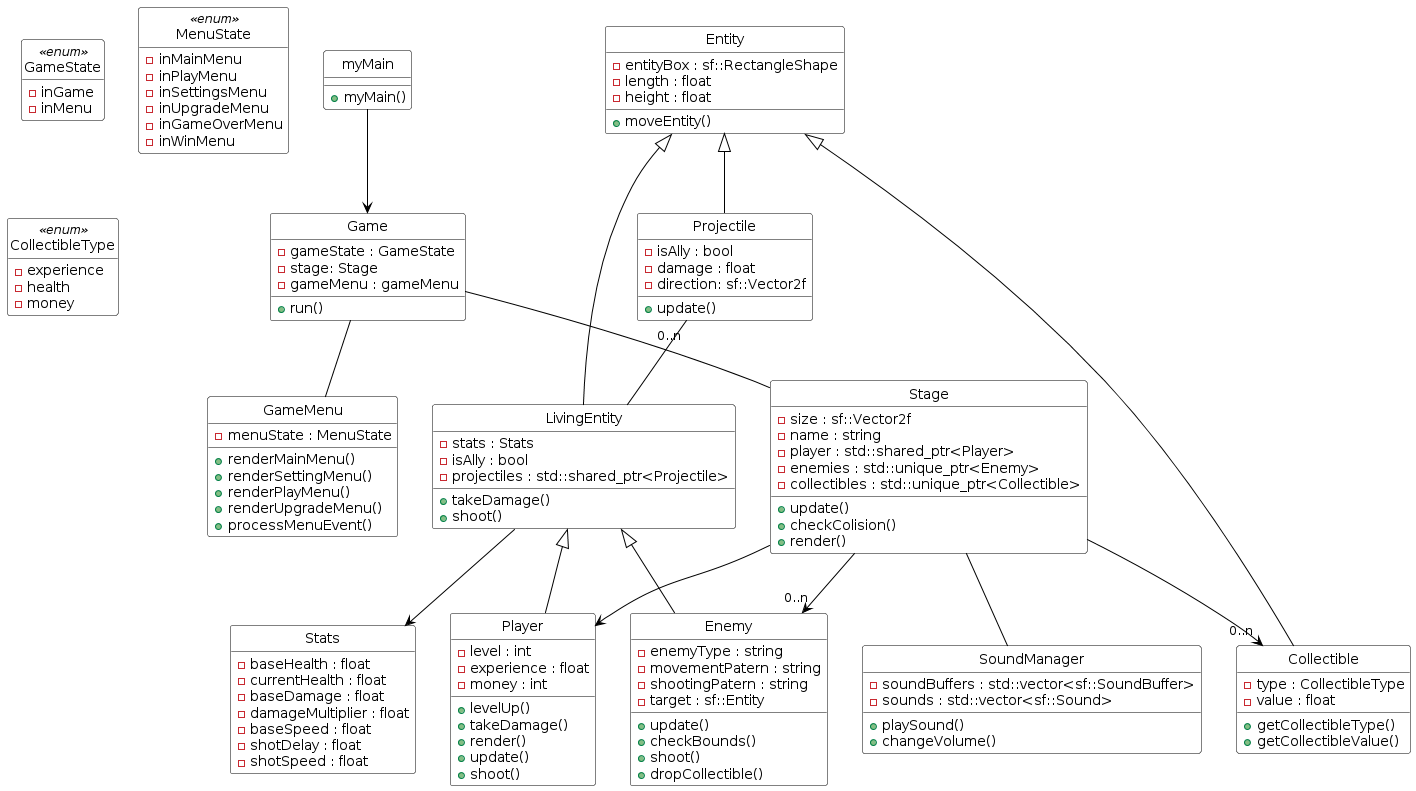
Earlier version of the PlantUML export class_diagram_final.png (Vipixx1/CSC4526-babysurvivor).
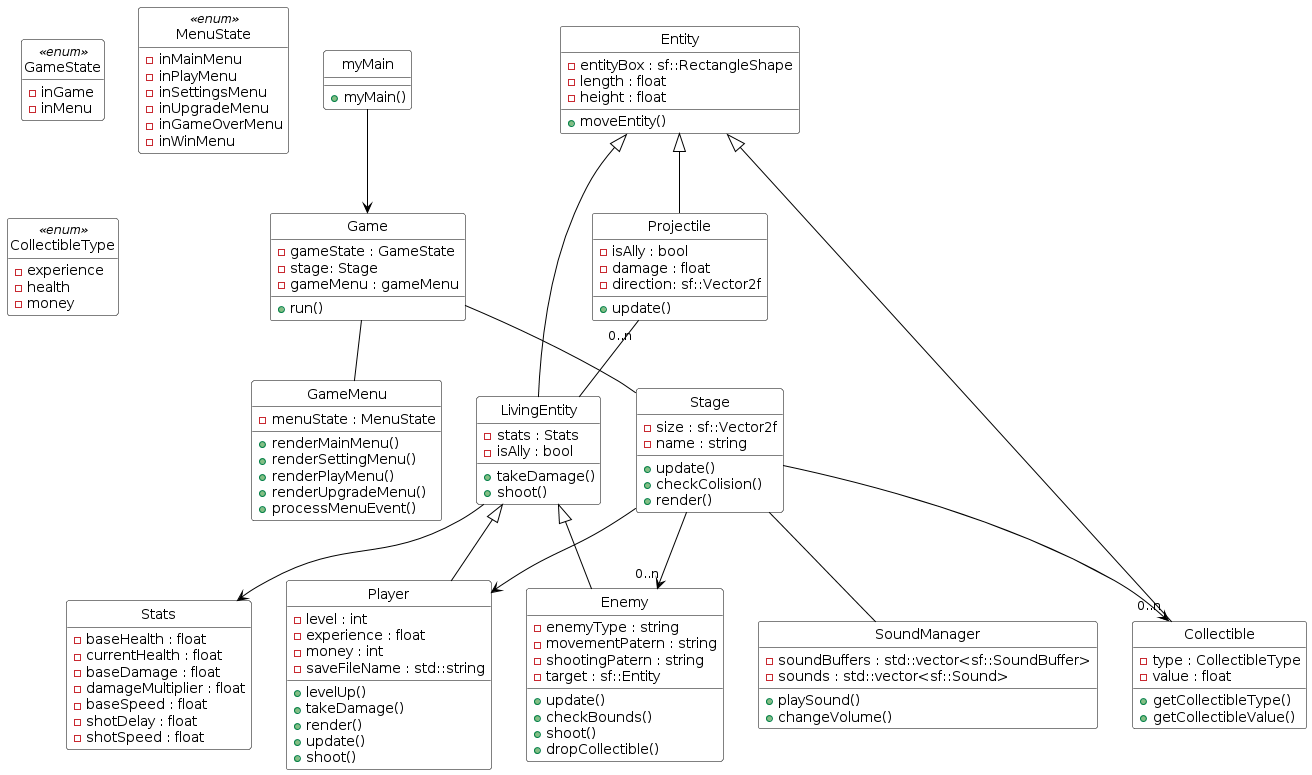
The same diagram one commit later.

Commit message:
Modified class diagram

Change to the diagram source:
```diff
@@ -44,9 +44,6 @@
 class Stage {
  - size : sf::Vector2f
  - name : string
- - player : std::shared_ptr<Player>
- - enemies : std::unique_ptr<Enemy>
- - collectibles : std::unique_ptr<Collectible>
  + update()
  + checkColision()
  + render()
@@ -73,6 +70,7 @@
  - level : int
  - experience : float
  - money : int
+ - saveFileName : std::string
  + levelUp()
  + takeDamage()
  + render()
@@ -114,7 +112,6 @@
 class LivingEntity {
  - stats : Stats
  - isAlly : bool
- - projectiles : std::shared_ptr<Projectile>
  + takeDamage()
  + shoot()
 }
```
